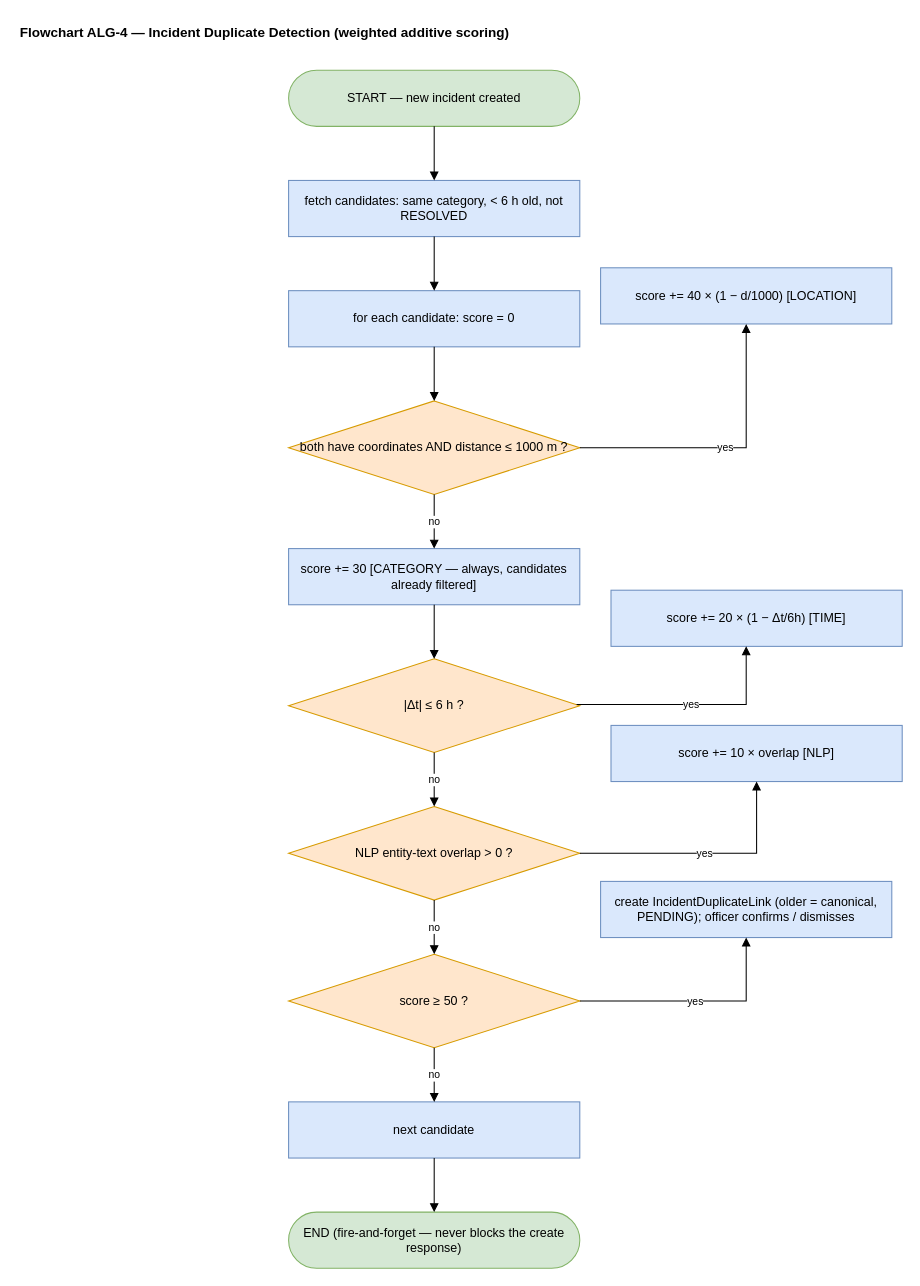
Above: research-report-source/diagrams/Flowchart_ALG-4_Duplicate_Detection.drawio in DeshanDV1003/Suraksha---Web-App (draw.io), before the change. Source tidied: cells renumbered, new cells numbered last; positions are measured from the earlier drawing's top-left corner, leaving out a move shared by most shapes. Both pictures are drawn from the tidied source at 104%, with x=0, y=0 at pixel (18, 18).
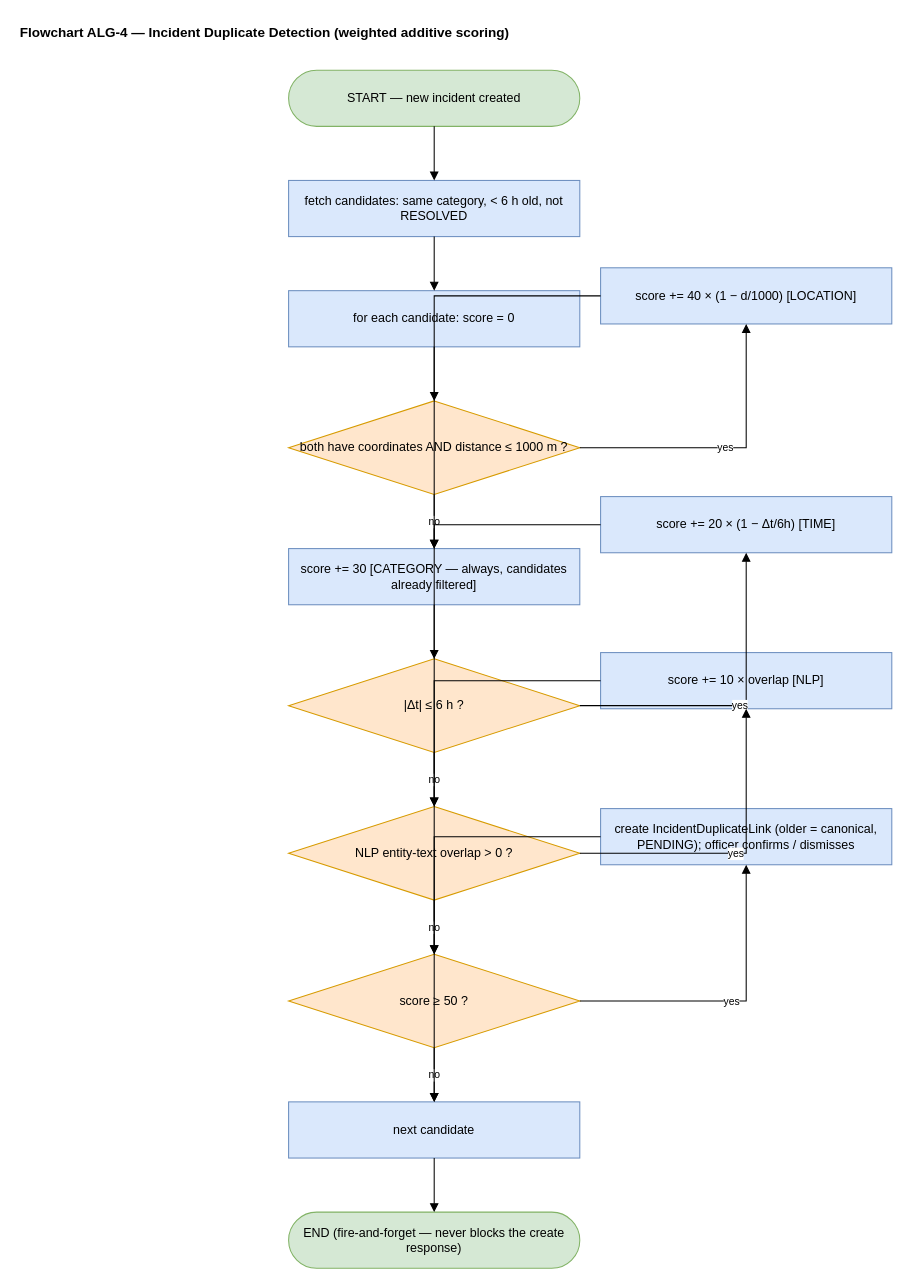
The same diagram, later.

The change refers to these unchanged cells:
```xml
<mxCell id="7" value="score += 40 × (1 − d/1000)   [LOCATION]" style="rounded=0;whiteSpace=wrap;html=1;fillColor=#dae8fc;strokeColor=#6c8ebf;" parent="1" vertex="1">
  <mxGeometry x="560" y="240" width="280" height="54" as="geometry" />
</mxCell>
<mxCell id="8" value="score += 30   [CATEGORY — always, candidates already filtered]" style="rounded=0;whiteSpace=wrap;html=1;fillColor=#dae8fc;strokeColor=#6c8ebf;" parent="1" vertex="1">
  <mxGeometry x="260" y="510" width="280" height="54" as="geometry" />
</mxCell>
<mxCell id="9" value="|Δt| ≤ 6 h ?" style="rhombus;whiteSpace=wrap;html=1;fillColor=#ffe6cc;strokeColor=#d79b00;" parent="1" vertex="1">
  <mxGeometry x="260" y="616" width="280" height="90" as="geometry" />
</mxCell>
<mxCell id="11" value="NLP entity-text overlap &gt; 0 ?" style="rhombus;whiteSpace=wrap;html=1;fillColor=#ffe6cc;strokeColor=#d79b00;" parent="1" vertex="1">
  <mxGeometry x="260" y="758" width="280" height="90" as="geometry" />
</mxCell>
<mxCell id="13" value="score ≥ 50 ?" style="rhombus;whiteSpace=wrap;html=1;fillColor=#ffe6cc;strokeColor=#d79b00;" parent="1" vertex="1">
  <mxGeometry x="260" y="900" width="280" height="90" as="geometry" />
</mxCell>
<mxCell id="15" value="next candidate" style="rounded=0;whiteSpace=wrap;html=1;fillColor=#dae8fc;strokeColor=#6c8ebf;" parent="1" vertex="1">
  <mxGeometry x="260" y="1042" width="280" height="54" as="geometry" />
</mxCell>
```

Diff of the diagram source:
```diff
@@
     <mxCell id="10" value="score += 20 × (1 − Δt/6h)   [TIME]" style="rounded=0;whiteSpace=wrap;html=1;fillColor=#dae8fc;strokeColor=#6c8ebf;" parent="1" vertex="1">
-      <mxGeometry x="570" y="550" width="280" height="54" as="geometry" />
+      <mxGeometry x="560" y="460" width="280" height="54" as="geometry" />
     </mxCell>
@@
     <mxCell id="12" value="score += 10 × overlap   [NLP]" style="rounded=0;whiteSpace=wrap;html=1;fillColor=#dae8fc;strokeColor=#6c8ebf;" parent="1" vertex="1">
-      <mxGeometry x="570" y="680" width="280" height="54" as="geometry" />
+      <mxGeometry x="560" y="610" width="280" height="54" as="geometry" />
     </mxCell>
@@
     <mxCell id="14" value="create IncidentDuplicateLink (older = canonical, PENDING); officer confirms / dismisses" style="rounded=0;whiteSpace=wrap;html=1;fillColor=#dae8fc;strokeColor=#6c8ebf;" parent="1" vertex="1">
-      <mxGeometry x="560" y="830" width="280" height="54" as="geometry" />
+      <mxGeometry x="560" y="760" width="280" height="54" as="geometry" />
     </mxCell>
@@
+    <mxCell id="30" style="edgeStyle=orthogonalEdgeStyle;rounded=0;html=1;endArrow=block;fontSize=10;" parent="1" edge="1" source="7" target="8">
+      <mxGeometry relative="1" as="geometry" />
+    </mxCell>
@@
     <mxCell id="25" value="yes" style="edgeStyle=orthogonalEdgeStyle;rounded=0;html=1;endArrow=block;fontSize=10;" parent="1" edge="1" source="9" target="10">
-      <mxGeometry relative="1" as="geometry">
-        <Array as="points">
-          <mxPoint x="700" y="660" />
-        </Array>
-      </mxGeometry>
+      <mxGeometry relative="1" as="geometry" />
     </mxCell>
+    <mxCell id="31" style="edgeStyle=orthogonalEdgeStyle;rounded=0;html=1;endArrow=block;fontSize=10;" parent="1" edge="1" source="10" target="11">
+      <mxGeometry relative="1" as="geometry" />
+    </mxCell>
@@
+    <mxCell id="32" style="edgeStyle=orthogonalEdgeStyle;rounded=0;html=1;endArrow=block;fontSize=10;" parent="1" edge="1" source="12" target="13">
+      <mxGeometry relative="1" as="geometry" />
+    </mxCell>
@@
+    <mxCell id="33" style="edgeStyle=orthogonalEdgeStyle;rounded=0;html=1;endArrow=block;fontSize=10;" parent="1" edge="1" source="14" target="15">
+      <mxGeometry relative="1" as="geometry" />
+    </mxCell>
```
